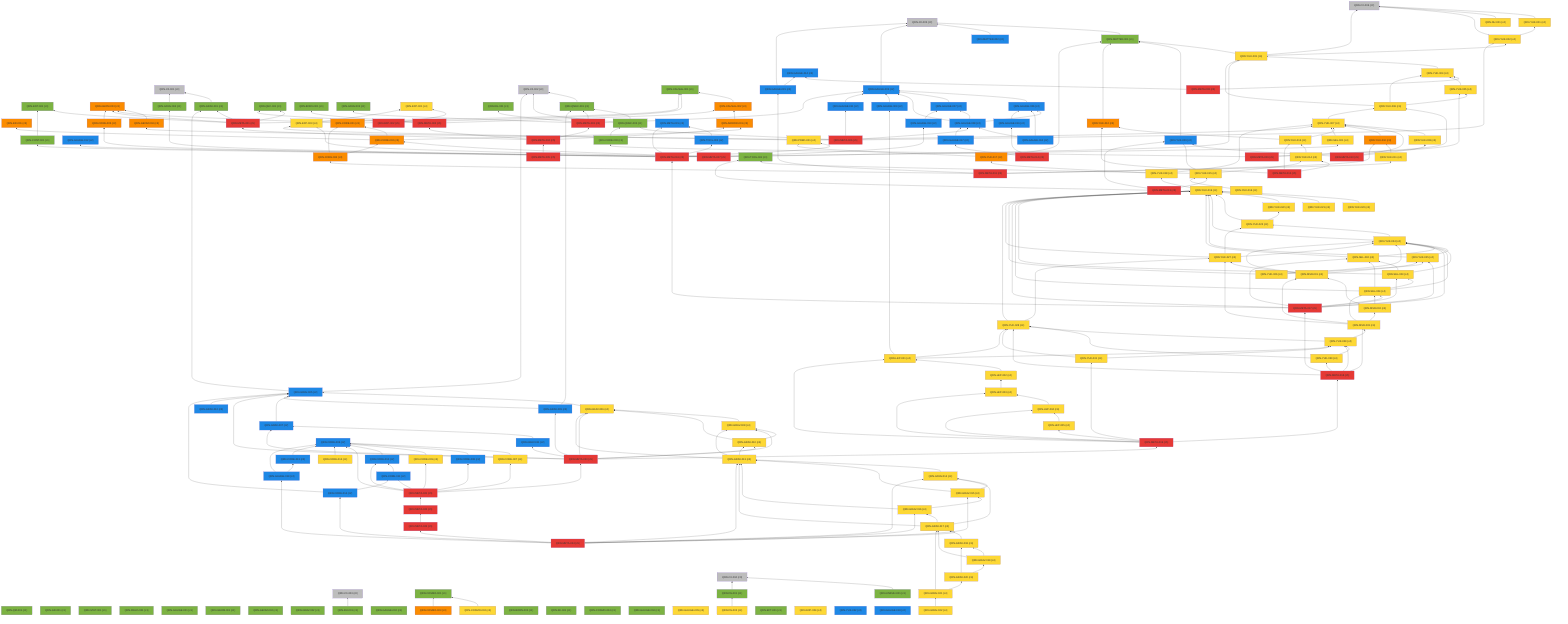
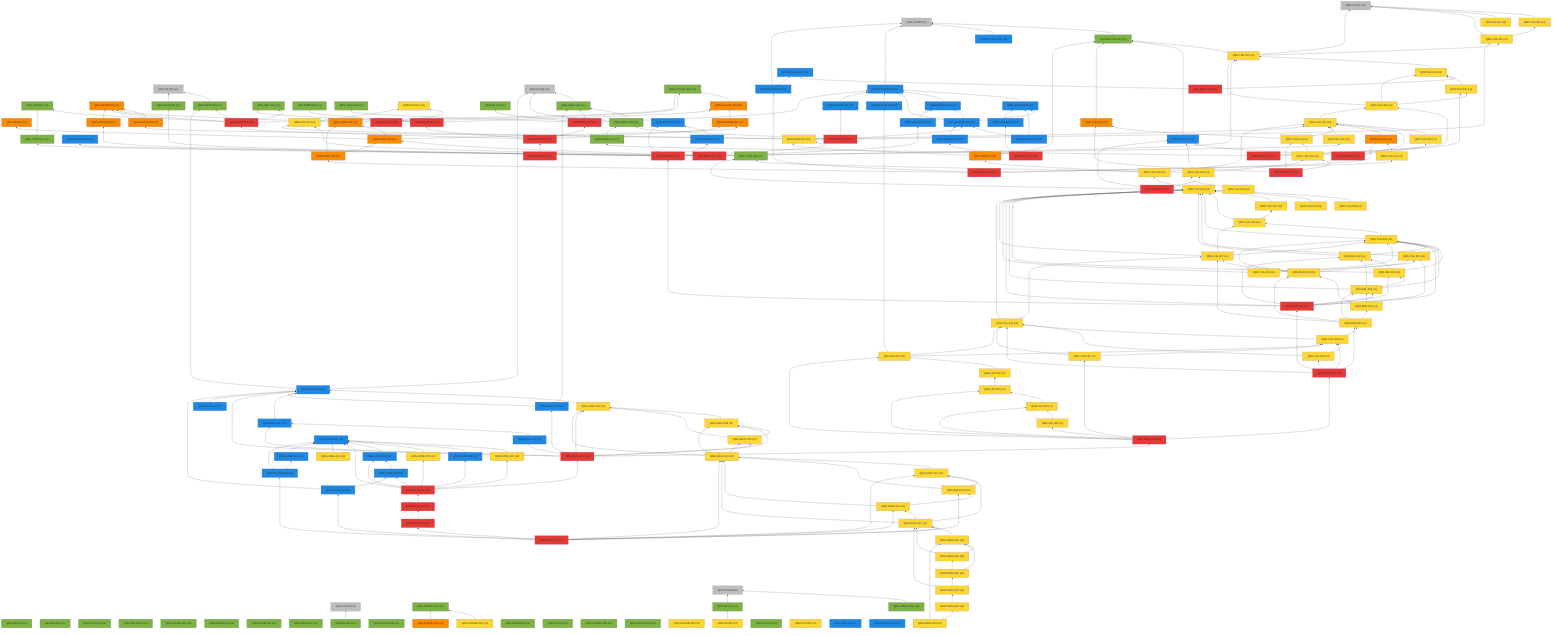
%% 自動生成 (dag/report.pl) — QRN 主張依存グラフ
graph BT
  QRN_C0_001["QRN-C0-001 (c0)"]:::c0
  QRN_C0_002["QRN-C0-002 (c0)"]:::c0
  QRN_C0_003["QRN-C0-003 (c0)"]:::c0
  QRN_C0_004["QRN-C0-004 (c0)"]:::c0
  QRN_C0_005["QRN-C0-005 (c0)"]:::c0
  QRN_C0_006["QRN-C0-006 (c0)"]:::c0
  QRN_QM_001["QRN-QM-001 (c1)"]:::c1
  QRN_GR_001["QRN-GR-001 (c1)"]:::c1
  QRN_STAT_001["QRN-STAT-001 (c1)"]:::c1
  QRN_FIELD_001["QRN-FIELD-001 (c1)"]:::c1
  QRN_GAUGE_001["QRN-GAUGE-001 (c1)"]:::c1
  QRN_ENT_001["QRN-ENT-001 (c1)"]:::c1
  QRN_GEOM_001["QRN-GEOM-001 (c1)"]:::c1
  QRN_GEOM_002["QRN-GEOM-002 (c1)"]:::c1
  QRN_GEOM_003["QRN-GEOM-003 (c3)"]:::c3
  QRN_GRAV_001["QRN-GRAV-001 (c1)"]:::c1
  QRN_GRAV_002["QRN-GRAV-002 (c1)"]:::c1
  QRN_BH_001["QRN-BH-001 (c1)"]:::c1
  QRN_CAUSAL_001["QRN-CAUSAL-001 (c1)"]:::c1
  QRN_CAUSAL_002["QRN-CAUSAL-002 (c3)"]:::c3
  QRN_ER_001["QRN-ER-001 (c3)"]:::c3
  QRN_QEC_001["QRN-QEC-001 (c1)"]:::c1
  QRN_GAUGE_002["QRN-GAUGE-002 (c1)"]:::c1
  QRN_COSMO_001["QRN-COSMO-001 (c1)"]:::c1
  QRN_COSMO_002["QRN-COSMO-002 (c4)"]:::c4
  QRN_COSMO_003["QRN-COSMO-003 (c3)"]:::c3
  QRN_BORN_001["QRN-BORN-001 (c1)"]:::c1
  QRN_BORN_002["QRN-BORN-002 (c1)"]:::c1
  QRN_GRAV_003["QRN-GRAV-003 (c1)"]:::c1
  QRN_KK_001["QRN-KK-001 (c1)"]:::c1
  QRN_MATTER_001["QRN-MATTER-001 (c1)"]:::c1
  QRN_MATTER_002["QRN-MATTER-002 (c2)"]:::c2
  QRN_COSMO_004["QRN-COSMO-004 (c1)"]:::c1
  QRN_EXP_001["QRN-EXP-001 (c4)"]:::c4
  QRN_GAUGE_003["QRN-GAUGE-003 (c2)"]:::c2
  QRN_GAUGE_004["QRN-GAUGE-004 (c1)"]:::c1
  QRN_GAUGE_005["QRN-GAUGE-005 (c4)"]:::c4
  QRN_YUK_001["QRN-YUK-001 (c4)"]:::c4
  QRN_RG_001["QRN-RG-001 (c1)"]:::c1
  QRN_UNRUH_001["QRN-UNRUH-001 (c1)"]:::c1
  QRN_QNEC_001["QRN-QNEC-001 (c1)"]:::c1
  QRN_NU_001["QRN-NU-001 (c4)"]:::c4
  QRN_GAUGE_006["QRN-GAUGE-006 (c2)"]:::c2
  QRN_DS_001["QRN-DS-001 (c1)"]:::c1
  QRN_DS_002["QRN-DS-002 (c4)"]:::c4
  QRN_ARROW_001["QRN-ARROW-001 (c3)"]:::c3
  QRN_GAUGE_007["QRN-GAUGE-007 (c2)"]:::c2
  QRN_EFT_001["QRN-EFT-001 (c1)"]:::c1
  QRN_GAUGE_008["QRN-GAUGE-008 (c2)"]:::c2
  QRN_GAUGE_009["QRN-GAUGE-009 (c2)"]:::c2
  QRN_GAUGE_010["QRN-GAUGE-010 (c2)"]:::c2
  QRN_QNEC_002["QRN-QNEC-002 (c1)"]:::c1
  QRN_GEOM_004["QRN-GEOM-004 (c3)"]:::c3
  QRN_YUK_002["QRN-YUK-002 (c4)"]:::c4
  QRN_EXP_002["QRN-EXP-002 (c5)"]:::c5
  QRN_CORE_001["QRN-CORE-001 (c3)"]:::c3
  QRN_GAUGE_011["QRN-GAUGE-011 (c2)"]:::c2
  QRN_GAUGE_012["QRN-GAUGE-012 (c2)"]:::c2
  QRN_YUK_003["QRN-YUK-003 (c4)"]:::c4
  QRN_EXP_003["QRN-EXP-003 (c4)"]:::c4
  QRN_CORE_002["QRN-CORE-002 (c3)"]:::c3
  QRN_GAUGE_013["QRN-GAUGE-013 (c2)"]:::c2
  QRN_YUK_004["QRN-YUK-004 (c4)"]:::c4
  QRN_GAUGE_014["QRN-GAUGE-014 (c2)"]:::c2
  QRN_META_001["QRN-META-001 (c5)"]:::c5
  QRN_META_002["QRN-META-002 (c5)"]:::c5
  QRN_META_003["QRN-META-003 (c5)"]:::c5
  QRN_META_004["QRN-META-004 (c5)"]:::c5
  QRN_META_005["QRN-META-005 (c5)"]:::c5
  QRN_META_006["QRN-META-006 (c5)"]:::c5
  QRN_META_007["QRN-META-007 (c5)"]:::c5
  QRN_META_008["QRN-META-008 (c5)"]:::c5
  QRN_YUK_005["QRN-YUK-005 (c4)"]:::c4
  QRN_YUK_006["QRN-YUK-006 (c4)"]:::c4
  QRN_CORE_003["QRN-CORE-003 (c1)"]:::c1
  QRN_META_009["QRN-META-009 (c5)"]:::c5
  QRN_YUK_007["QRN-YUK-007 (c4)"]:::c4
  QRN_YUK_008["QRN-YUK-008 (c4)"]:::c4
  QRN_YUK_009["QRN-YUK-009 (c2)"]:::c2
  QRN_META_010["QRN-META-010 (c5)"]:::c5
  QRN_GAUGE_015["QRN-GAUGE-015 (c2)"]:::c2
  QRN_YUK_010["QRN-YUK-010 (c3)"]:::c3
  QRN_YUK_011["QRN-YUK-011 (c4)"]:::c4
  QRN_CORE_004["QRN-CORE-004 (c3)"]:::c3
  QRN_META_011["QRN-META-011 (c5)"]:::c5
  QRN_YUK_012["QRN-YUK-012 (c3)"]:::c3
  QRN_YUK_013["QRN-YUK-013 (c4)"]:::c4
  QRN_YUK_014["QRN-YUK-014 (c4)"]:::c4
  QRN_META_012["QRN-META-012 (c5)"]:::c5
  QRN_TOOL_001["QRN-TOOL-001 (c1)"]:::c1
  QRN_YUK_015["QRN-YUK-015 (c4)"]:::c4
  QRN_META_013["QRN-META-013 (c5)"]:::c5
  QRN_GAUGE_016["QRN-GAUGE-016 (c2)"]:::c2
  QRN_GAUGE_017["QRN-GAUGE-017 (c2)"]:::c2
  QRN_META_014["QRN-META-014 (c5)"]:::c5
  QRN_META_015["QRN-META-015 (c2)"]:::c2
  QRN_TOOL_002["QRN-TOOL-002 (c2)"]:::c2
  QRN_CORE_005["QRN-CORE-005 (c3)"]:::c3
  QRN_CONT_001["QRN-CONT-001 (c1)"]:::c1
  QRN_SEL_001["QRN-SEL-001 (c4)"]:::c4
  QRN_GRAV_004["QRN-GRAV-004 (c1)"]:::c1
  QRN_PRED_001["QRN-PRED-001 (c4)"]:::c4
  QRN_META_016["QRN-META-016 (c5)"]:::c5
  QRN_YUK_016["QRN-YUK-016 (c4)"]:::c4
  QRN_YUK_017["QRN-YUK-017 (c3)"]:::c3
  QRN_YUK_018["QRN-YUK-018 (c4)"]:::c4
  QRN_YUK_019["QRN-YUK-019 (c4)"]:::c4
  QRN_YUK_020["QRN-YUK-020 (c4)"]:::c4
  QRN_YUK_021["QRN-YUK-021 (c4)"]:::c4
  QRN_YUK_022["QRN-YUK-022 (c4)"]:::c4
  QRN_YUK_023["QRN-YUK-023 (c4)"]:::c4
  QRN_YUK_024["QRN-YUK-024 (c4)"]:::c4
  QRN_YUK_025["QRN-YUK-025 (c4)"]:::c4
  QRN_SEL_002["QRN-SEL-002 (c4)"]:::c4
  QRN_SEL_003["QRN-SEL-003 (c4)"]:::c4
  QRN_SEL_004["QRN-SEL-004 (c4)"]:::c4
  QRN_META_017["QRN-META-017 (c5)"]:::c5
  QRN_YUK_026["QRN-YUK-026 (c4)"]:::c4
  QRN_YUK_027["QRN-YUK-027 (c4)"]:::c4
  QRN_MSR_001["QRN-MSR-001 (c4)"]:::c4
  QRN_MSR_002["QRN-MSR-002 (c4)"]:::c4
  QRN_MSR_003["QRN-MSR-003 (c4)"]:::c4
  QRN_YUK_028["QRN-YUK-028 (c4)"]:::c4
  QRN_YUK_029["QRN-YUK-029 (c4)"]:::c4
  QRN_YUK_030["QRN-YUK-030 (c4)"]:::c4
  QRN_META_018["QRN-META-018 (c5)"]:::c5
  QRN_YUK_031["QRN-YUK-031 (c4)"]:::c4
  QRN_LEP_001["QRN-LEP-001 (c4)"]:::c4
  QRN_LEP_002["QRN-LEP-002 (c4)"]:::c4
  QRN_LEP_003["QRN-LEP-003 (c4)"]:::c4
  QRN_LEP_004["QRN-LEP-004 (c4)"]:::c4
  QRN_LEP_005["QRN-LEP-005 (c4)"]:::c4
  QRN_META_019["QRN-META-019 (c5)"]:::c5
  QRN_GRAV_005["QRN-GRAV-005 (c2)"]:::c2
  QRN_GRAV_006["QRN-GRAV-006 (c4)"]:::c4
  QRN_GRAV_007["QRN-GRAV-007 (c2)"]:::c2
  QRN_GRAV_008["QRN-GRAV-008 (c4)"]:::c4
  QRN_GRAV_009["QRN-GRAV-009 (c2)"]:::c2
  QRN_GRAV_010["QRN-GRAV-010 (c4)"]:::c4
  QRN_GRAV_011["QRN-GRAV-011 (c2)"]:::c2
  QRN_META_020["QRN-META-020 (c5)"]:::c5
  QRN_CORE_006["QRN-CORE-006 (c2)"]:::c2
  QRN_CORE_007["QRN-CORE-007 (c4)"]:::c4
  QRN_CORE_008["QRN-CORE-008 (c2)"]:::c2
  QRN_CORE_009["QRN-CORE-009 (c4)"]:::c4
  QRN_CORE_010["QRN-CORE-010 (c2)"]:::c2
  QRN_CORE_011["QRN-CORE-011 (c2)"]:::c2
  QRN_META_021["QRN-META-021 (c5)"]:::c5
  QRN_CORE_012["QRN-CORE-012 (c4)"]:::c4
  QRN_EXP_004["QRN-EXP-004 (c4)"]:::c4
  QRN_CORE_013["QRN-CORE-013 (c2)"]:::c2
  QRN_GRAV_012["QRN-GRAV-012 (c2)"]:::c2
  QRN_YUK_032["QRN-YUK-032 (c2)"]:::c2
  QRN_GAUGE_018["QRN-GAUGE-018 (c2)"]:::c2
  QRN_META_022["QRN-META-022 (c5)"]:::c5
  QRN_META_023["QRN-META-023 (c5)"]:::c5
  QRN_CORE_014["QRN-CORE-014 (c2)"]:::c2
  QRN_GRAV_013["QRN-GRAV-013 (c4)"]:::c4
  QRN_GRAV_014["QRN-GRAV-014 (c4)"]:::c4
  QRN_GRAV_015["QRN-GRAV-015 (c4)"]:::c4
  QRN_GRAV_016["QRN-GRAV-016 (c4)"]:::c4
  QRN_GRAV_017["QRN-GRAV-017 (c4)"]:::c4
  QRN_GAUGE_019["QRN-GAUGE-019 (c2)"]:::c2
  QRN_META_024["QRN-META-024 (c5)"]:::c5
  QRN_GRAV_018["QRN-GRAV-018 (c4)"]:::c4
  QRN_GRAV_019["QRN-GRAV-019 (c4)"]:::c4
  QRN_GRAV_020["QRN-GRAV-020 (c4)"]:::c4
  QRN_GRAV_021["QRN-GRAV-021 (c4)"]:::c4
  QRN_GRAV_022["QRN-GRAV-022 (c4)"]:::c4
+   QRN_GRAV_023["QRN-GRAV-023 (c4)"]:::c4
  QRN_GRAV_001 --> QRN_C0_001
  QRN_BH_001 --> QRN_C0_003
  QRN_CAUSAL_002 --> QRN_CAUSAL_001
  QRN_COSMO_002 --> QRN_COSMO_001
  QRN_COSMO_003 --> QRN_COSMO_001
  QRN_MATTER_001 --> QRN_C0_005
  QRN_MATTER_002 --> QRN_C0_005
  QRN_GAUGE_003 --> QRN_C0_005
  QRN_YUK_001 --> QRN_C0_006
  QRN_UNRUH_001 --> QRN_C0_004
  QRN_QNEC_001 --> QRN_C0_002
  QRN_NU_001 --> QRN_C0_006
  QRN_GAUGE_006 --> QRN_GAUGE_003
  QRN_DS_001 --> QRN_C0_004
  QRN_DS_002 --> QRN_DS_001
  QRN_ARROW_001 --> QRN_CAUSAL_002
  QRN_GAUGE_007 --> QRN_GAUGE_003
  QRN_GAUGE_008 --> QRN_GAUGE_003
  QRN_GAUGE_008 --> QRN_GAUGE_006
  QRN_GAUGE_008 --> QRN_GAUGE_007
  QRN_GAUGE_009 --> QRN_GAUGE_003
  QRN_GAUGE_010 --> QRN_GAUGE_006
  QRN_GAUGE_010 --> QRN_GAUGE_008
  QRN_QNEC_002 --> QRN_C0_002
  QRN_QNEC_002 --> QRN_QNEC_001
  QRN_GEOM_004 --> QRN_GEOM_003
  QRN_YUK_002 --> QRN_C0_006
  QRN_YUK_002 --> QRN_YUK_001
  QRN_EXP_002 --> QRN_EXP_001
  QRN_CORE_001 --> QRN_GEOM_003
  QRN_CORE_001 --> QRN_CAUSAL_001
  QRN_GAUGE_011 --> QRN_GAUGE_003
  QRN_YUK_003 --> QRN_C0_006
  QRN_YUK_003 --> QRN_MATTER_001
  QRN_YUK_003 --> QRN_YUK_002
  QRN_EXP_003 --> QRN_EXP_001
  QRN_CORE_002 --> QRN_CORE_001
  QRN_CORE_002 --> QRN_ER_001
  QRN_CORE_002 --> QRN_ARROW_001
  QRN_GAUGE_013 --> QRN_GAUGE_007
  QRN_YUK_004 --> QRN_YUK_003
  QRN_META_001 --> QRN_GEOM_003
  QRN_META_001 --> QRN_GRAV_001
  QRN_META_001 --> QRN_CAUSAL_001
  QRN_META_001 --> QRN_QEC_001
  QRN_META_001 --> QRN_ENT_001
  QRN_META_002 --> QRN_QEC_001
  QRN_META_002 --> QRN_BORN_001
  QRN_META_002 --> QRN_CAUSAL_002
  QRN_META_003 --> QRN_GAUGE_003
  QRN_META_003 --> QRN_RG_001
  QRN_META_003 --> QRN_QNEC_001
  QRN_META_003 --> QRN_GRAV_003
  QRN_META_004 --> QRN_META_001
  QRN_META_004 --> QRN_META_002
  QRN_META_004 --> QRN_META_003
  QRN_META_004 --> QRN_ARROW_001
  QRN_META_005 --> QRN_META_004
  QRN_META_006 --> QRN_GAUGE_008
  QRN_META_006 --> QRN_QNEC_002
  QRN_META_006 --> QRN_GEOM_004
  QRN_META_006 --> QRN_YUK_002
  QRN_META_006 --> QRN_GAUGE_011
  QRN_META_007 --> QRN_GAUGE_012
  QRN_META_007 --> QRN_YUK_003
  QRN_META_007 --> QRN_EXP_003
  QRN_META_007 --> QRN_CORE_002
  QRN_META_007 --> QRN_GAUGE_013
  QRN_META_008 --> QRN_YUK_004
  QRN_META_008 --> QRN_GAUGE_014
  QRN_YUK_005 --> QRN_YUK_004
  QRN_YUK_006 --> QRN_YUK_003
  QRN_YUK_006 --> QRN_YUK_004
  QRN_YUK_006 --> QRN_YUK_005
  QRN_CORE_003 --> QRN_QNEC_002
  QRN_META_009 --> QRN_YUK_005
  QRN_META_009 --> QRN_YUK_006
  QRN_META_009 --> QRN_CORE_003
  QRN_YUK_007 --> QRN_YUK_006
  QRN_YUK_008 --> QRN_YUK_007
  QRN_YUK_009 --> QRN_MATTER_001
  QRN_META_010 --> QRN_YUK_007
  QRN_META_010 --> QRN_YUK_008
  QRN_META_010 --> QRN_YUK_009
  QRN_GAUGE_015 --> QRN_C0_005
  QRN_GAUGE_015 --> QRN_GAUGE_014
  QRN_YUK_010 --> QRN_YUK_007
  QRN_YUK_011 --> QRN_YUK_010
  QRN_CORE_004 --> QRN_CORE_001
  QRN_CORE_004 --> QRN_CORE_002
  QRN_META_011 --> QRN_GAUGE_015
  QRN_META_011 --> QRN_YUK_010
  QRN_META_011 --> QRN_YUK_011
  QRN_META_011 --> QRN_CORE_004
  QRN_YUK_012 --> QRN_MATTER_001
  QRN_YUK_013 --> QRN_YUK_012
  QRN_YUK_013 --> QRN_YUK_007
  QRN_YUK_014 --> QRN_YUK_013
  QRN_META_012 --> QRN_YUK_012
  QRN_META_012 --> QRN_YUK_013
  QRN_META_012 --> QRN_YUK_014
  QRN_YUK_015 --> QRN_YUK_014
  QRN_YUK_015 --> QRN_TOOL_001
  QRN_YUK_015 --> QRN_YUK_009
  QRN_META_013 --> QRN_YUK_015
  QRN_META_013 --> QRN_TOOL_001
  QRN_META_013 --> QRN_YUK_009
  QRN_GAUGE_016 --> QRN_GAUGE_006
  QRN_GAUGE_017 --> QRN_GAUGE_008
  QRN_META_014 --> QRN_GAUGE_016
  QRN_META_014 --> QRN_GAUGE_017
  QRN_TOOL_002 --> QRN_META_015
  QRN_CORE_005 --> QRN_GEOM_003
  QRN_CONT_001 --> QRN_ENT_001
  QRN_SEL_001 --> QRN_YUK_007
  QRN_GRAV_004 --> QRN_C0_001
  QRN_PRED_001 --> QRN_YUK_007
  QRN_PRED_001 --> QRN_EXP_003
  QRN_META_016 --> QRN_META_015
  QRN_META_016 --> QRN_TOOL_002
  QRN_META_016 --> QRN_CORE_005
  QRN_META_016 --> QRN_CONT_001
  QRN_META_016 --> QRN_SEL_001
  QRN_META_016 --> QRN_GRAV_004
  QRN_META_016 --> QRN_PRED_001
  QRN_YUK_016 --> QRN_YUK_015
  QRN_YUK_017 --> QRN_MATTER_001
  QRN_YUK_017 --> QRN_PRED_001
  QRN_YUK_018 --> QRN_YUK_017
  QRN_YUK_018 --> QRN_YUK_007
  QRN_YUK_019 --> QRN_YUK_018
  QRN_YUK_020 --> QRN_YUK_019
  QRN_YUK_021 --> QRN_YUK_019
  QRN_YUK_022 --> QRN_YUK_019
  QRN_YUK_023 --> QRN_YUK_019
  QRN_YUK_023 --> QRN_YUK_022
  QRN_YUK_024 --> QRN_YUK_019
  QRN_YUK_024 --> QRN_YUK_023
  QRN_YUK_025 --> QRN_YUK_019
  QRN_YUK_025 --> QRN_YUK_024
  QRN_SEL_002 --> QRN_YUK_019
  QRN_SEL_002 --> QRN_YUK_024
  QRN_SEL_003 --> QRN_YUK_019
  QRN_SEL_003 --> QRN_YUK_024
  QRN_SEL_003 --> QRN_SEL_002
  QRN_SEL_004 --> QRN_YUK_019
  QRN_SEL_004 --> QRN_YUK_024
  QRN_SEL_004 --> QRN_SEL_002
  QRN_SEL_004 --> QRN_SEL_003
  QRN_META_017 --> QRN_META_016
  QRN_META_017 --> QRN_YUK_019
  QRN_META_017 --> QRN_YUK_024
  QRN_META_017 --> QRN_YUK_025
  QRN_META_017 --> QRN_SEL_002
  QRN_META_017 --> QRN_SEL_003
  QRN_META_017 --> QRN_SEL_004
  QRN_YUK_026 --> QRN_YUK_019
  QRN_YUK_026 --> QRN_YUK_024
  QRN_YUK_026 --> QRN_YUK_025
  QRN_YUK_027 --> QRN_YUK_019
  QRN_YUK_027 --> QRN_YUK_023
  QRN_YUK_027 --> QRN_YUK_024
  QRN_MSR_001 --> QRN_YUK_024
  QRN_MSR_001 --> QRN_YUK_025
  QRN_MSR_001 --> QRN_YUK_027
  QRN_MSR_002 --> QRN_SEL_004
  QRN_MSR_002 --> QRN_MSR_001
  QRN_MSR_003 --> QRN_MSR_001
  QRN_MSR_003 --> QRN_MSR_002
  QRN_MSR_003 --> QRN_SEL_004
  QRN_MSR_003 --> QRN_YUK_027
  QRN_YUK_028 --> QRN_YUK_019
  QRN_YUK_028 --> QRN_YUK_027
  QRN_YUK_029 --> QRN_YUK_028
  QRN_YUK_029 --> QRN_MSR_003
  QRN_YUK_030 --> QRN_YUK_028
  QRN_YUK_030 --> QRN_YUK_029
  QRN_META_018 --> QRN_META_017
  QRN_META_018 --> QRN_MSR_003
  QRN_META_018 --> QRN_YUK_028
  QRN_META_018 --> QRN_YUK_029
  QRN_META_018 --> QRN_YUK_030
  QRN_YUK_031 --> QRN_YUK_028
  QRN_YUK_031 --> QRN_YUK_029
  QRN_LEP_001 --> QRN_YUK_028
  QRN_LEP_001 --> QRN_YUK_029
  QRN_LEP_001 --> QRN_GAUGE_009
  QRN_LEP_002 --> QRN_LEP_001
  QRN_LEP_003 --> QRN_LEP_002
  QRN_LEP_004 --> QRN_LEP_003
  QRN_LEP_005 --> QRN_LEP_004
  QRN_META_019 --> QRN_META_018
  QRN_META_019 --> QRN_YUK_031
  QRN_META_019 --> QRN_LEP_001
  QRN_META_019 --> QRN_LEP_003
  QRN_META_019 --> QRN_LEP_004
  QRN_META_019 --> QRN_LEP_005
  QRN_GRAV_005 --> QRN_C0_002
  QRN_GRAV_005 --> QRN_GRAV_001
  QRN_GRAV_006 --> QRN_GRAV_005
  QRN_GRAV_007 --> QRN_GRAV_005
  QRN_GRAV_008 --> QRN_GRAV_006
  QRN_GRAV_009 --> QRN_GRAV_005
  QRN_GRAV_009 --> QRN_QNEC_001
  QRN_GRAV_010 --> QRN_GRAV_006
  QRN_GRAV_010 --> QRN_GRAV_008
  QRN_GRAV_011 --> QRN_GRAV_007
  QRN_META_020 --> QRN_META_019
  QRN_META_020 --> QRN_GRAV_005
  QRN_META_020 --> QRN_GRAV_006
  QRN_META_020 --> QRN_GRAV_007
  QRN_META_020 --> QRN_GRAV_008
  QRN_META_020 --> QRN_GRAV_009
  QRN_META_020 --> QRN_GRAV_010
  QRN_META_020 --> QRN_GRAV_011
  QRN_CORE_007 --> QRN_CORE_006
  QRN_CORE_008 --> QRN_CORE_006
  QRN_CORE_009 --> QRN_CORE_006
  QRN_CORE_010 --> QRN_CORE_006
  QRN_CORE_011 --> QRN_CORE_010
  QRN_META_021 --> QRN_META_020
  QRN_META_021 --> QRN_CORE_006
  QRN_META_021 --> QRN_CORE_007
  QRN_META_021 --> QRN_CORE_008
  QRN_META_021 --> QRN_CORE_009
  QRN_META_021 --> QRN_CORE_010
  QRN_META_021 --> QRN_CORE_011
  QRN_CORE_012 --> QRN_CORE_006
  QRN_CORE_013 --> QRN_CORE_006
  QRN_GRAV_012 --> QRN_GRAV_005
  QRN_META_022 --> QRN_META_021
  QRN_META_023 --> QRN_META_022
  QRN_CORE_014 --> QRN_CORE_011
  QRN_CORE_014 --> QRN_GRAV_005
  QRN_GRAV_013 --> QRN_GRAV_006
  QRN_GRAV_013 --> QRN_GRAV_008
  QRN_GRAV_013 --> QRN_GRAV_010
  QRN_GRAV_014 --> QRN_GRAV_013
  QRN_GRAV_015 --> QRN_GRAV_013
  QRN_GRAV_015 --> QRN_GRAV_014
  QRN_GRAV_016 --> QRN_GRAV_013
  QRN_GRAV_016 --> QRN_GRAV_015
  QRN_GRAV_017 --> QRN_GRAV_013
  QRN_GRAV_017 --> QRN_GRAV_014
  QRN_GRAV_017 --> QRN_GRAV_016
  QRN_GAUGE_019 --> QRN_CORE_006
  QRN_GAUGE_019 --> QRN_CORE_013
  QRN_META_024 --> QRN_CORE_014
  QRN_META_024 --> QRN_GRAV_013
  QRN_META_024 --> QRN_GRAV_014
  QRN_META_024 --> QRN_GRAV_015
  QRN_META_024 --> QRN_GRAV_016
  QRN_META_024 --> QRN_GRAV_017
  QRN_META_024 --> QRN_GAUGE_019
  QRN_META_024 --> QRN_META_023
  QRN_GRAV_018 --> QRN_GRAV_017
  QRN_GRAV_019 --> QRN_GRAV_017
  QRN_GRAV_019 --> QRN_GRAV_018
  QRN_GRAV_020 --> QRN_GRAV_018
  QRN_GRAV_020 --> QRN_GRAV_019
  QRN_GRAV_021 --> QRN_GRAV_017
  QRN_GRAV_021 --> QRN_GRAV_020
  QRN_GRAV_022 --> QRN_GRAV_021
+   QRN_GRAV_023 --> QRN_GRAV_018
+   QRN_GRAV_023 --> QRN_GRAV_022
  classDef c0 fill:#bdbdbd
  classDef c1 fill:#7cb342
  classDef c2 fill:#1e88e5
  classDef c3 fill:#fb8c00
  classDef c4 fill:#fdd835
  classDef c5 fill:#e53935
